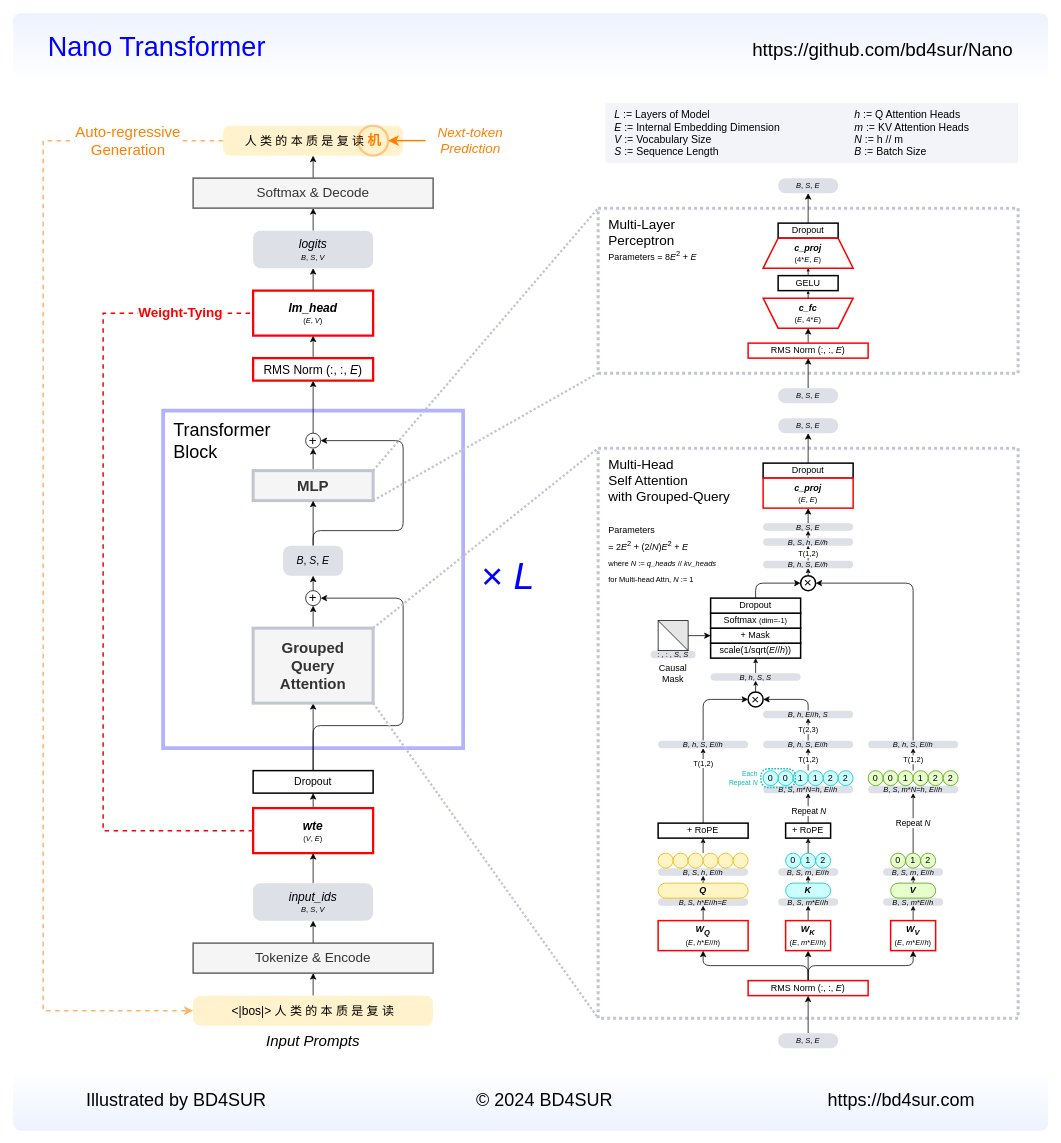
This is doc/nano-llm.drawio from bd4sur/Nano, a draw.io file, before an edit. Source tidied: cells renumbered, new cells numbered last; positions are measured from the earlier drawing's top-left corner, leaving out a move shared by most shapes. Both pictures are drawn from the tidied source at 75%, with x=0, y=0 at pixel (13, 13).
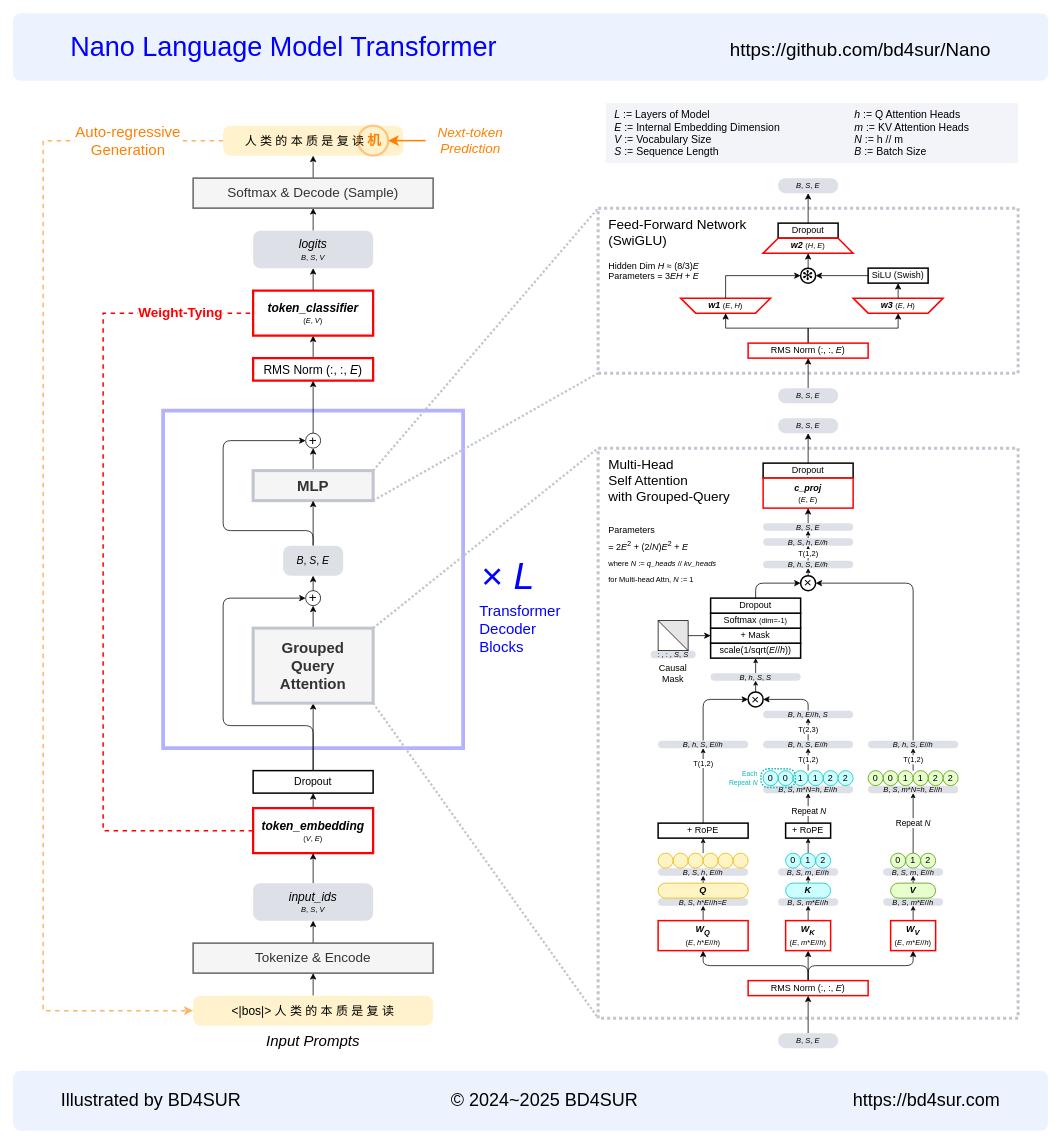
Above is the later version.

Unchanged cells that the change refers to:
```xml
<mxCell id="4" value="Dropout" style="rounded=0;whiteSpace=wrap;html=1;fontFamily=更纱黑体 SC Semibold;strokeWidth=2;fontSize=14;" parent="1" vertex="1">
  <mxGeometry x="320" y="1010" width="160" height="30" as="geometry" />
</mxCell>
<mxCell id="110" value="RMS Norm (:, :, &lt;i&gt;E&lt;/i&gt;)" style="rounded=0;whiteSpace=wrap;html=1;fontFamily=更纱黑体 SC Semibold;strokeWidth=2;strokeColor=#FF0000;" parent="1" vertex="1">
  <mxGeometry x="980" y="440" width="160" height="20" as="geometry" />
</mxCell>
<mxCell id="128" value="+" style="ellipse;whiteSpace=wrap;html=1;fontFamily=更纱黑体 SC Semibold;fontSize=18;" parent="1" vertex="1">
  <mxGeometry x="390" y="770" width="20" height="20" as="geometry" />
</mxCell>
<mxCell id="130" value="+" style="ellipse;whiteSpace=wrap;html=1;fontFamily=更纱黑体 SC Semibold;fontSize=18;" parent="1" vertex="1">
  <mxGeometry x="390" y="560" width="20" height="20" as="geometry" />
</mxCell>
<mxCell id="133" value="&lt;font style=&quot;font-size: 14px;&quot;&gt;&lt;i style=&quot;font-size: 14px;&quot;&gt;B&lt;/i&gt;, &lt;i style=&quot;font-size: 14px;&quot;&gt;S&lt;/i&gt;, &lt;i style=&quot;font-size: 14px;&quot;&gt;E&lt;/i&gt;&lt;/font&gt;" style="rounded=1;whiteSpace=wrap;html=1;absoluteArcSize=1;fontFamily=更纱黑体 SC Semibold;fillColor=#DDE0E6;strokeColor=none;fontSize=14;" parent="1" vertex="1">
  <mxGeometry x="360" y="710" width="80" height="40" as="geometry" />
</mxCell>
```

Change to the diagram source:
```diff
@@
-    <mxCell id="3" value="&lt;font style=&quot;font-size: 24px;&quot;&gt;&lt;span style=&quot;font-size: 24px;&quot;&gt;Transformer&lt;br style=&quot;font-size: 24px;&quot;&gt;Block&lt;/span&gt;&lt;br style=&quot;font-size: 24px;&quot;&gt;&lt;/font&gt;" style="rounded=0;whiteSpace=wrap;html=1;fillColor=default;strokeWidth=5;fontFamily=更纱黑体 SC Semibold;verticalAlign=top;align=left;spacingLeft=12;spacingTop=5;strokeColor=#0000FF;fontSize=24;opacity=30;" parent="1" vertex="1">
+    <mxCell id="3" value="&lt;font style=&quot;font-size: 19px;&quot;&gt;&lt;br style=&quot;font-size: 24px;&quot;&gt;&lt;/font&gt;" style="rounded=0;whiteSpace=wrap;html=1;fillColor=#FFFFFF;strokeWidth=5;fontFamily=更纱黑体 SC Semibold;verticalAlign=top;align=left;spacingLeft=12;spacingTop=0;strokeColor=#0000FF;fontSize=24;opacity=30;shadow=0;" parent="1" vertex="1">
       <mxGeometry x="200" y="530" width="400" height="450" as="geometry" />
     </mxCell>
@@
-    <mxCell id="6" style="edgeStyle=orthogonalEdgeStyle;rounded=1;jettySize=auto;html=1;exitX=0.5;exitY=0;exitDx=0;exitDy=0;entryX=1;entryY=0.5;entryDx=0;entryDy=0;curved=0;fontFamily=更纱黑体 SC Semibold;" parent="1" edge="1" source="4" target="128">
+    <mxCell id="6" style="edgeStyle=orthogonalEdgeStyle;rounded=1;jettySize=auto;html=1;exitX=0.5;exitY=0;exitDx=0;exitDy=0;entryX=0;entryY=0.5;entryDx=0;entryDy=0;curved=0;fontFamily=更纱黑体 SC Semibold;" parent="1" edge="1" source="4" target="128">
       <mxGeometry relative="1" as="geometry">
         <Array as="points">
           <mxPoint x="400" y="950" />
-          <mxPoint x="520" y="950" />
-          <mxPoint x="520" y="780" />
+          <mxPoint x="280" y="950" />
+          <mxPoint x="280" y="780" />
         </Array>
       </mxGeometry>
     </mxCell>
@@
-    <mxCell id="9" value="&lt;font style=&quot;font-size: 18px;&quot;&gt;Multi-Layer&lt;br&gt;Perceptron&lt;/font&gt;&lt;br&gt;Parameters = 8&lt;i&gt;E&lt;/i&gt;&lt;sup&gt;2&lt;/sup&gt; + &lt;i&gt;E&lt;/i&gt;" style="rounded=0;whiteSpace=wrap;html=1;fillColor=default;strokeWidth=4;dashed=1;dashPattern=1 1;verticalAlign=top;align=left;spacingLeft=12;spacingTop=5;fontFamily=更纱黑体 SC Semibold;fontStyle=0;strokeColor=#C1C4D1;" parent="1" vertex="1">
+    <mxCell id="9" value="&lt;font style=&quot;font-size: 18px;&quot;&gt;Feed-Forward Network&lt;br&gt;(SwiGLU)&lt;/font&gt;&lt;br&gt;&lt;br&gt;Hidden Dim &lt;i&gt;H&lt;/i&gt; ≈ (8/3)&lt;i&gt;E&lt;/i&gt;&lt;br&gt;Parameters = 3&lt;i&gt;EH&lt;/i&gt; + &lt;i&gt;E&lt;/i&gt;" style="rounded=0;whiteSpace=wrap;html=1;fillColor=default;strokeWidth=4;dashed=1;dashPattern=1 1;verticalAlign=top;align=left;spacingLeft=12;spacingTop=5;fontFamily=更纱黑体 SC Semibold;fontStyle=0;strokeColor=#C1C4D1;" parent="1" vertex="1">
       <mxGeometry x="780" y="260" width="560" height="220" as="geometry" />
     </mxCell>
@@
     <mxCell id="102" style="shape=trapezoid;perimeter=trapezoidPerimeter;whiteSpace=wrap;html=1;fixedSize=1;strokeWidth=2;strokeColor=#FF0000;fontFamily=更纱黑体 SC Semibold;" parent="1" vertex="1">
-      <mxGeometry x="1000" y="300" width="120" height="40" as="geometry" />
+      <mxGeometry x="1000" y="300" width="120" height="20" as="geometry" />
     </mxCell>
     <mxCell id="103" style="shape=trapezoid;perimeter=trapezoidPerimeter;whiteSpace=wrap;html=1;fixedSize=1;rotation=-180;strokeWidth=2;strokeColor=#FF0000;fontFamily=更纱黑体 SC Semibold;" parent="1" vertex="1">
-      <mxGeometry x="1000" y="380" width="120" height="40" as="geometry" />
+      <mxGeometry x="890" y="380" width="120" height="20" as="geometry" />
     </mxCell>
-    <mxCell id="104" style="edgeStyle=orthogonalEdgeStyle;rounded=0;jettySize=auto;html=1;exitX=0.5;exitY=0;exitDx=0;exitDy=0;entryX=0.5;entryY=1;entryDx=0;entryDy=0;endSize=2;startSize=2;fontFamily=更纱黑体 SC Semibold;" parent="1" edge="1" source="105" target="108">
+    <mxCell id="104" style="edgeStyle=orthogonalEdgeStyle;rounded=0;jettySize=auto;html=1;exitX=0.5;exitY=0;exitDx=0;exitDy=0;entryX=0;entryY=0.5;entryDx=0;entryDy=0;endSize=6;startSize=6;fontFamily=更纱黑体 SC Semibold;strokeWidth=1;" parent="1" edge="1" source="105" target="170">
       <mxGeometry relative="1" as="geometry" />
     </mxCell>
-    <mxCell id="105" value="&lt;b&gt;&lt;i&gt;c_fc&lt;/i&gt;&lt;/b&gt;&lt;br&gt;&lt;font style=&quot;font-size: 10px;&quot;&gt;(&lt;i&gt;E&lt;/i&gt;, 4*&lt;i&gt;E&lt;/i&gt;)&lt;/font&gt;" style="rounded=0;whiteSpace=wrap;html=1;fontFamily=更纱黑体 SC Semibold;strokeWidth=2;strokeColor=none;fillColor=none;" parent="1" vertex="1">
-      <mxGeometry x="1000" y="380" width="120" height="40" as="geometry" />
+    <mxCell id="105" value="&lt;b&gt;&lt;i&gt;w1&amp;nbsp;&lt;/i&gt;&lt;/b&gt;&lt;font style=&quot;font-size: 10px;&quot;&gt;(&lt;i&gt;E&lt;/i&gt;, &lt;i&gt;H&lt;/i&gt;)&lt;/font&gt;" style="rounded=0;whiteSpace=wrap;html=1;fontFamily=更纱黑体 SC Semibold;strokeWidth=2;strokeColor=none;fillColor=none;" parent="1" vertex="1">
+      <mxGeometry x="890" y="380" width="120" height="20" as="geometry" />
     </mxCell>
-    <mxCell id="106" value="&lt;b&gt;&lt;i&gt;c_proj&lt;/i&gt;&lt;/b&gt;&lt;br&gt;&lt;font style=&quot;font-size: 10px;&quot;&gt;(4*&lt;i&gt;E&lt;/i&gt;, &lt;i&gt;E&lt;/i&gt;)&lt;/font&gt;" style="rounded=0;whiteSpace=wrap;html=1;fontFamily=更纱黑体 SC Semibold;strokeWidth=2;strokeColor=none;fillColor=none;" parent="1" vertex="1">
-      <mxGeometry x="1000" y="300" width="120" height="40" as="geometry" />
+    <mxCell id="106" value="&lt;b&gt;&lt;i&gt;w2&amp;nbsp;&lt;/i&gt;&lt;/b&gt;&lt;font style=&quot;font-size: 10px;&quot;&gt;(&lt;i&gt;H&lt;/i&gt;, &lt;i&gt;E&lt;/i&gt;)&lt;/font&gt;" style="rounded=0;whiteSpace=wrap;html=1;fontFamily=更纱黑体 SC Semibold;strokeWidth=2;strokeColor=none;fillColor=none;" parent="1" vertex="1">
+      <mxGeometry x="1000" y="300" width="120" height="20" as="geometry" />
     </mxCell>
-    <mxCell id="107" style="edgeStyle=orthogonalEdgeStyle;rounded=0;jettySize=auto;html=1;exitX=0.5;exitY=0;exitDx=0;exitDy=0;entryX=0.5;entryY=1;entryDx=0;entryDy=0;startSize=2;endSize=2;fontFamily=更纱黑体 SC Semibold;" parent="1" edge="1" source="108" target="106">
+    <mxCell id="107" style="edgeStyle=orthogonalEdgeStyle;rounded=0;jettySize=auto;html=1;exitX=0.5;exitY=0;exitDx=0;exitDy=0;entryX=0.5;entryY=1;entryDx=0;entryDy=0;startSize=6;endSize=6;fontFamily=更纱黑体 SC Semibold;" parent="1" edge="1" source="170" target="106">
       <mxGeometry relative="1" as="geometry" />
     </mxCell>
-    <mxCell id="108" value="GELU" style="rounded=0;whiteSpace=wrap;html=1;fontFamily=更纱黑体 SC Semibold;strokeWidth=2;" parent="1" vertex="1">
-      <mxGeometry x="1020" y="350" width="80" height="20" as="geometry" />
-    </mxCell>
     <mxCell id="109" style="edgeStyle=orthogonalEdgeStyle;rounded=0;jettySize=auto;html=1;exitX=0.5;exitY=0;exitDx=0;exitDy=0;entryX=0.5;entryY=1;entryDx=0;entryDy=0;fontFamily=更纱黑体 SC Semibold;" parent="1" edge="1" source="110" target="105">
-      <mxGeometry relative="1" as="geometry" />
+      <mxGeometry relative="1" as="geometry">
+        <Array as="points">
+          <mxPoint x="1060" y="420" />
+          <mxPoint x="950" y="420" />
+        </Array>
+      </mxGeometry>
     </mxCell>
+    <mxCell id="163" style="edgeStyle=orthogonalEdgeStyle;rounded=0;jettySize=auto;html=1;exitX=0.5;exitY=0;exitDx=0;exitDy=0;entryX=0.5;entryY=1;entryDx=0;entryDy=0;" parent="1" edge="1" source="110" target="166">
+      <mxGeometry relative="1" as="geometry">
+        <Array as="points">
+          <mxPoint x="1060" y="420" />
+          <mxPoint x="1180" y="420" />
+        </Array>
+      </mxGeometry>
+    </mxCell>
@@
-    <mxCell id="119" value="&lt;b&gt;&lt;i&gt;&lt;font style=&quot;font-size: 16px;&quot;&gt;wte&lt;/font&gt;&lt;/i&gt;&lt;/b&gt;&lt;br&gt;&lt;font style=&quot;font-size: 10px;&quot;&gt;(&lt;i&gt;V&lt;/i&gt;, &lt;i&gt;E&lt;/i&gt;)&lt;/font&gt;" style="rounded=0;whiteSpace=wrap;html=1;fontFamily=更纱黑体 SC Semibold;strokeWidth=3;strokeColor=#FF0000;fillColor=#FFFFFF;" parent="1" vertex="1">
+    <mxCell id="119" value="&lt;b&gt;&lt;i&gt;&lt;font style=&quot;font-size: 16px;&quot;&gt;token_embedding&lt;/font&gt;&lt;/i&gt;&lt;/b&gt;&lt;br&gt;&lt;font style=&quot;font-size: 10px;&quot;&gt;(&lt;i&gt;V&lt;/i&gt;, &lt;i&gt;E&lt;/i&gt;)&lt;/font&gt;" style="rounded=0;whiteSpace=wrap;html=1;fontFamily=更纱黑体 SC Semibold;strokeWidth=3;strokeColor=#FF0000;fillColor=#FFFFFF;" parent="1" vertex="1">
       <mxGeometry x="320" y="1060" width="160" height="60" as="geometry" />
     </mxCell>
@@
-    <mxCell id="132" style="edgeStyle=orthogonalEdgeStyle;rounded=1;jettySize=auto;html=1;exitX=0.5;exitY=0;exitDx=0;exitDy=0;entryX=1;entryY=0.5;entryDx=0;entryDy=0;curved=0;fontFamily=更纱黑体 SC Semibold;" parent="1" edge="1" source="133" target="130">
+    <mxCell id="132" style="edgeStyle=orthogonalEdgeStyle;rounded=1;jettySize=auto;html=1;exitX=0.5;exitY=0;exitDx=0;exitDy=0;entryX=0;entryY=0.5;entryDx=0;entryDy=0;curved=0;fontFamily=更纱黑体 SC Semibold;" parent="1" edge="1" source="133" target="130">
       <mxGeometry relative="1" as="geometry">
         <Array as="points">
           <mxPoint x="400" y="690" />
-          <mxPoint x="520" y="690" />
-          <mxPoint x="520" y="570" />
+          <mxPoint x="280" y="690" />
+          <mxPoint x="280" y="570" />
         </Array>
       </mxGeometry>
     </mxCell>
@@
-    <mxCell id="137" value="&lt;b&gt;&lt;i&gt;&lt;font style=&quot;font-size: 16px;&quot;&gt;lm_head&lt;/font&gt;&lt;/i&gt;&lt;/b&gt;&lt;br&gt;&lt;font style=&quot;font-size: 10px;&quot;&gt;(&lt;i&gt;E&lt;/i&gt;, &lt;i&gt;V&lt;/i&gt;)&lt;/font&gt;" style="rounded=0;whiteSpace=wrap;html=1;fontFamily=更纱黑体 SC Semibold;strokeWidth=3;strokeColor=#FF0000;" parent="1" vertex="1">
+    <mxCell id="137" value="&lt;b&gt;&lt;i&gt;&lt;font style=&quot;font-size: 16px;&quot;&gt;token_classifier&lt;/font&gt;&lt;/i&gt;&lt;/b&gt;&lt;br&gt;&lt;font style=&quot;font-size: 10px;&quot;&gt;(&lt;i&gt;E&lt;/i&gt;, &lt;i&gt;V&lt;/i&gt;)&lt;/font&gt;" style="rounded=0;whiteSpace=wrap;html=1;fontFamily=更纱黑体 SC Semibold;strokeWidth=3;strokeColor=#FF0000;" parent="1" vertex="1">
       <mxGeometry x="320" y="370" width="160" height="60" as="geometry" />
     </mxCell>
@@
-    <mxCell id="149" value="Softmax &amp;amp; Decode" style="rounded=0;whiteSpace=wrap;html=1;fontFamily=更纱黑体 SC Semibold;strokeWidth=2;fontSize=18;fillColor=#f5f5f5;fontColor=#333333;strokeColor=#666666;" parent="1" vertex="1">
+    <mxCell id="149" value="Softmax &amp;amp; Decode (Sample)" style="rounded=0;whiteSpace=wrap;html=1;fontFamily=更纱黑体 SC Semibold;strokeWidth=2;fontSize=18;fillColor=#f5f5f5;fontColor=#333333;strokeColor=#666666;" parent="1" vertex="1">
       <mxGeometry x="240" y="220" width="320" height="40" as="geometry" />
     </mxCell>
@@
-    <mxCell id="153" value="&lt;font style=&quot;font-size: 36px;&quot;&gt;Nano Transformer&lt;/font&gt;&amp;nbsp; &amp;nbsp; &amp;nbsp; &amp;nbsp; &amp;nbsp; &amp;nbsp; &amp;nbsp; &amp;nbsp; &amp;nbsp; &amp;nbsp; &amp;nbsp; &amp;nbsp; &amp;nbsp; &amp;nbsp; &amp;nbsp; &amp;nbsp; &amp;nbsp; &amp;nbsp; &amp;nbsp; &amp;nbsp; &amp;nbsp; &amp;nbsp; &amp;nbsp; &amp;nbsp; &amp;nbsp; &amp;nbsp; &amp;nbsp; &amp;nbsp; &amp;nbsp; &amp;nbsp; &amp;nbsp; &amp;nbsp; &amp;nbsp; &amp;nbsp; &amp;nbsp; &amp;nbsp; &amp;nbsp;&lt;font color=&quot;#000000&quot; style=&quot;font-size: 25px;&quot;&gt;https://github.com/bd4sur/Nano&lt;/font&gt;" style="rounded=1;whiteSpace=wrap;html=1;absoluteArcSize=1;fontFamily=更纱黑体 SC Semibold;fillColor=#EDF2FF;strokeColor=none;fontSize=32;fontStyle=0;fontColor=#0000FF;gradientColor=#FFFFFF;" parent="1" vertex="1">
+    <mxCell id="153" value="&lt;font style=&quot;font-size: 36px;&quot;&gt;Nano Language Model Transformer&lt;/font&gt;&amp;nbsp; &amp;nbsp; &amp;nbsp; &amp;nbsp; &amp;nbsp; &amp;nbsp; &amp;nbsp; &amp;nbsp; &amp;nbsp; &amp;nbsp; &amp;nbsp; &amp;nbsp; &amp;nbsp; &amp;nbsp; &amp;nbsp; &amp;nbsp; &amp;nbsp; &amp;nbsp;&lt;font color=&quot;#000000&quot; style=&quot;font-size: 25px;&quot;&gt;https://github.com/bd4sur/Nano&lt;/font&gt;" style="rounded=1;whiteSpace=wrap;html=1;absoluteArcSize=1;fontFamily=更纱黑体 SC Semibold;fillColor=#EDF2FF;strokeColor=none;fontSize=32;fontStyle=0;fontColor=#0000FF;gradientColor=none;" parent="1" vertex="1">
       <mxGeometry width="1380" height="90" as="geometry" />
     </mxCell>
@@
-    <mxCell id="160" value="&lt;font style=&quot;font-size: 24px;&quot;&gt;Illustrated by BD4SUR&lt;/font&gt;&amp;nbsp; &amp;nbsp; &amp;nbsp; &amp;nbsp; &amp;nbsp; &amp;nbsp; &amp;nbsp; &amp;nbsp; &amp;nbsp; &amp;nbsp; &amp;nbsp; &amp;nbsp; &amp;nbsp; &amp;nbsp; &amp;nbsp; &amp;nbsp; &amp;nbsp; &amp;nbsp; &amp;nbsp; &amp;nbsp; &amp;nbsp; © 2024 BD4SUR&amp;nbsp; &amp;nbsp; &amp;nbsp; &amp;nbsp; &amp;nbsp; &amp;nbsp; &amp;nbsp; &amp;nbsp; &amp;nbsp; &amp;nbsp; &amp;nbsp; &amp;nbsp; &amp;nbsp; &amp;nbsp; &amp;nbsp; &amp;nbsp; &amp;nbsp; &amp;nbsp; &amp;nbsp; &amp;nbsp; &amp;nbsp; &amp;nbsp;&lt;font style=&quot;font-size: 24px;&quot;&gt;https://bd4sur.com&lt;/font&gt;" style="rounded=1;whiteSpace=wrap;html=1;absoluteArcSize=1;fontFamily=更纱黑体 SC Semibold;fillColor=#EDF2FF;strokeColor=none;fontSize=24;fontStyle=0;fontColor=#000000;gradientColor=#FFFFFF;gradientDirection=north;" parent="1" vertex="1">
+    <mxCell id="160" value="&lt;font style=&quot;font-size: 24px;&quot;&gt;Illustrated by BD4SUR&lt;/font&gt;&amp;nbsp; &amp;nbsp; &amp;nbsp; &amp;nbsp; &amp;nbsp; &amp;nbsp; &amp;nbsp; &amp;nbsp; &amp;nbsp; &amp;nbsp; &amp;nbsp; &amp;nbsp; &amp;nbsp; &amp;nbsp; &amp;nbsp; &amp;nbsp; &amp;nbsp; &amp;nbsp; &amp;nbsp; &amp;nbsp; &amp;nbsp; © 2024~2025 BD4SUR&amp;nbsp; &amp;nbsp; &amp;nbsp; &amp;nbsp; &amp;nbsp; &amp;nbsp; &amp;nbsp; &amp;nbsp; &amp;nbsp; &amp;nbsp; &amp;nbsp; &amp;nbsp; &amp;nbsp; &amp;nbsp; &amp;nbsp; &amp;nbsp; &amp;nbsp; &amp;nbsp; &amp;nbsp; &amp;nbsp; &amp;nbsp; &amp;nbsp;&lt;font style=&quot;font-size: 24px;&quot;&gt;https://bd4sur.com&lt;/font&gt;" style="rounded=1;whiteSpace=wrap;html=1;absoluteArcSize=1;fontFamily=更纱黑体 SC Semibold;fillColor=#EDF2FF;strokeColor=none;fontSize=24;fontStyle=0;fontColor=#000000;gradientColor=none;gradientDirection=north;" parent="1" vertex="1">
       <mxGeometry y="1410" width="1380" height="80" as="geometry" />
     </mxCell>
@@
+    <mxCell id="164" value="Transformer&lt;br&gt;Decoder&lt;br&gt;Blocks" style="text;html=1;strokeColor=none;fillColor=none;align=left;verticalAlign=middle;whiteSpace=wrap;rounded=0;fontColor=#0000FF;fontStyle=0;fontSize=20;fontFamily=更纱黑体 SC Semibold;" parent="1" vertex="1">
+      <mxGeometry x="620" y="780" width="100" height="80" as="geometry" />
+    </mxCell>
+    <mxCell id="165" style="shape=trapezoid;perimeter=trapezoidPerimeter;whiteSpace=wrap;html=1;fixedSize=1;rotation=-180;strokeWidth=2;strokeColor=#FF0000;fontFamily=更纱黑体 SC Semibold;" parent="1" vertex="1">
+      <mxGeometry x="1120" y="380" width="120" height="20" as="geometry" />
+    </mxCell>
+    <mxCell id="166" value="&lt;b&gt;&lt;i&gt;w3&amp;nbsp;&lt;/i&gt;&lt;/b&gt;&lt;font style=&quot;font-size: 10px;&quot;&gt;(&lt;i&gt;E&lt;/i&gt;, &lt;i&gt;H&lt;/i&gt;)&lt;/font&gt;" style="rounded=0;whiteSpace=wrap;html=1;fontFamily=更纱黑体 SC Semibold;strokeWidth=2;strokeColor=none;fillColor=none;" parent="1" vertex="1">
+      <mxGeometry x="1120" y="380" width="120" height="20" as="geometry" />
+    </mxCell>
+    <mxCell id="167" style="edgeStyle=orthogonalEdgeStyle;rounded=0;jettySize=auto;html=1;exitX=0;exitY=0.5;exitDx=0;exitDy=0;entryX=1;entryY=0.5;entryDx=0;entryDy=0;" parent="1" edge="1" source="168" target="170">
+      <mxGeometry relative="1" as="geometry" />
+    </mxCell>
+    <mxCell id="168" value="SiLU (Swish)" style="rounded=0;whiteSpace=wrap;html=1;fontFamily=更纱黑体 SC Semibold;strokeWidth=2;" parent="1" vertex="1">
+      <mxGeometry x="1140" y="340" width="80" height="20" as="geometry" />
+    </mxCell>
+    <mxCell id="169" style="edgeStyle=orthogonalEdgeStyle;rounded=0;jettySize=auto;html=1;exitX=0.5;exitY=0;exitDx=0;exitDy=0;entryX=0.5;entryY=1;entryDx=0;entryDy=0;endSize=6;startSize=6;fontFamily=更纱黑体 SC Semibold;" parent="1" edge="1" source="166" target="168">
+      <mxGeometry relative="1" as="geometry" />
+    </mxCell>
+    <mxCell id="170" value="✻" style="ellipse;whiteSpace=wrap;html=1;fontFamily=更纱黑体 SC Semibold;fontSize=18;strokeWidth=2;" parent="1" vertex="1">
+      <mxGeometry x="1050" y="340" width="20" height="20" as="geometry" />
+    </mxCell>
```
